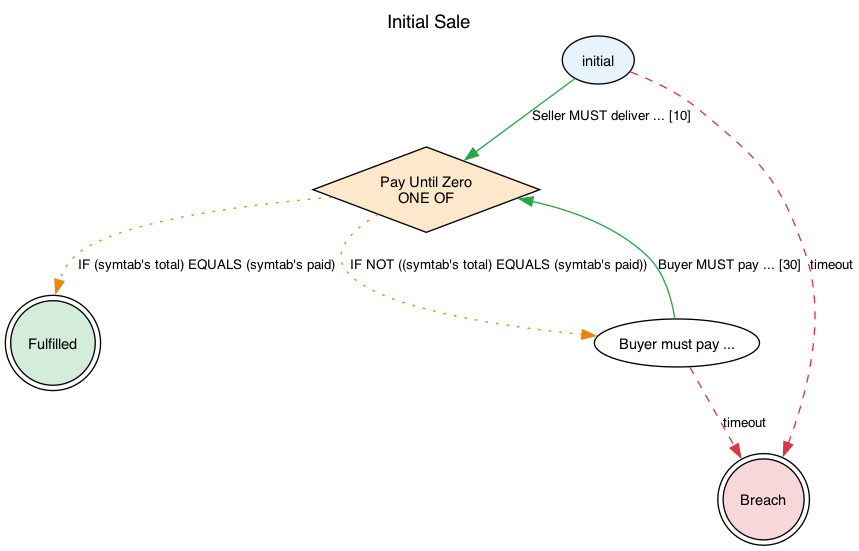
legalese/l4-ide keeps this Graphviz diagram as jl4/examples/state-graphs/InitialSale.png. Above is the earlier version. Its source is kept beside it as jl4/examples/state-graphs/InitialSale.dot.
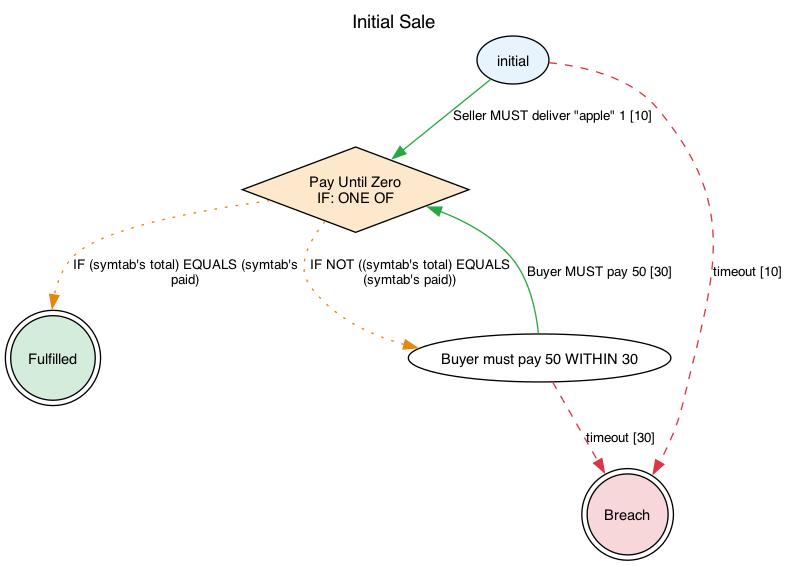
Later version of the same file.

Diff of the diagram source:
```diff
@@ -13,7 +13,7 @@
       ,style=filled
       ,shape=ellipse
       ,fillcolor="#e8f4fd"];
-    1 [label="Pay Until Zero\nONE OF"
+    1 [label="Pay Until Zero\nIF: ONE OF"
       ,fillcolor=white
       ,style=filled
       ,shape=diamond
@@ -23,7 +23,7 @@
       ,style=filled
       ,shape=doublecircle
       ,fillcolor="#d4edda"];
-    3 [label="Buyer must pay ..."
+    3 [label="Buyer must pay 50 WITHIN 30"
       ,fillcolor=white
       ,style=filled
       ,shape=ellipse
@@ -33,22 +33,22 @@
       ,style=filled
       ,shape=doublecircle
       ,fillcolor="#f8d7da"];
-    0 -> 1 [label="Seller MUST deliver ... [10]"
+    0 -> 1 [label="Seller MUST deliver \"apple\" 1 [10]"
            ,color="#28a745"
            ,style=solid];
-    0 -> 4 [label=timeout
+    0 -> 4 [label="timeout [10]"
            ,color="#dc3545"
            ,style=dashed];
-    1 -> 2 [label=" IF (symtab's total) EQUALS (symtab's paid)"
+    1 -> 2 [label="IF (symtab's total) EQUALS (symtab's\npaid)"
            ,color="#e8850c"
            ,style=dotted];
-    1 -> 3 [label=" IF NOT ((symtab's total) EQUALS (symtab's paid))"
+    1 -> 3 [label="IF NOT ((symtab's total) EQUALS\n(symtab's paid))"
            ,color="#e8850c"
            ,style=dotted];
-    3 -> 1 [label="Buyer MUST pay ... [30]"
+    3 -> 1 [label="Buyer MUST pay 50 [30]"
            ,color="#28a745"
            ,style=solid];
-    3 -> 4 [label=timeout
+    3 -> 4 [label="timeout [30]"
            ,color="#dc3545"
            ,style=dashed];
 }
```
